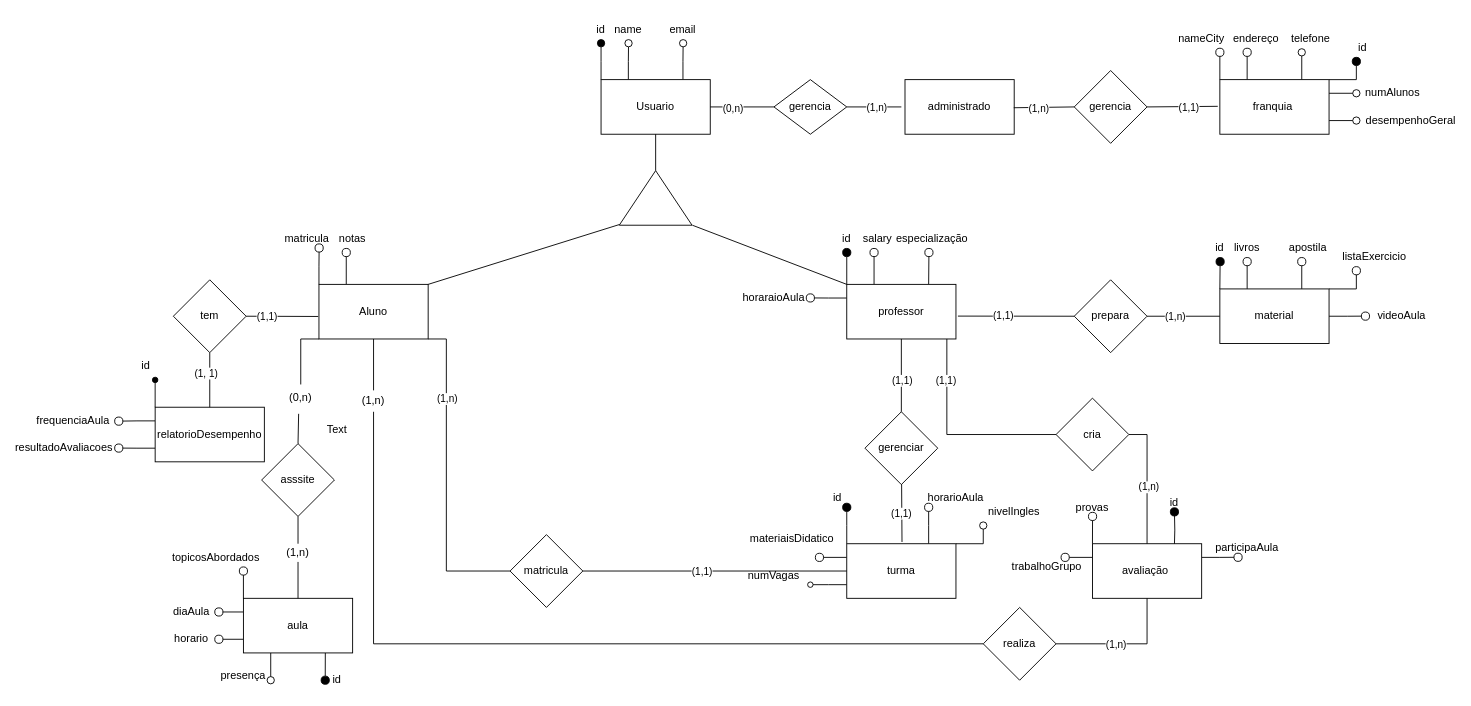
This is Diagrama-Banco-de-dados/DER.drawio from Wal221/ProjetoWeb2, a draw.io file, before an edit. Source tidied: cells renumbered, new cells numbered last; positions are measured from the earlier drawing's top-left corner, leaving out a move shared by most shapes. Both pictures are drawn from the tidied source at 91%, with x=0, y=0 at pixel (36, 15).
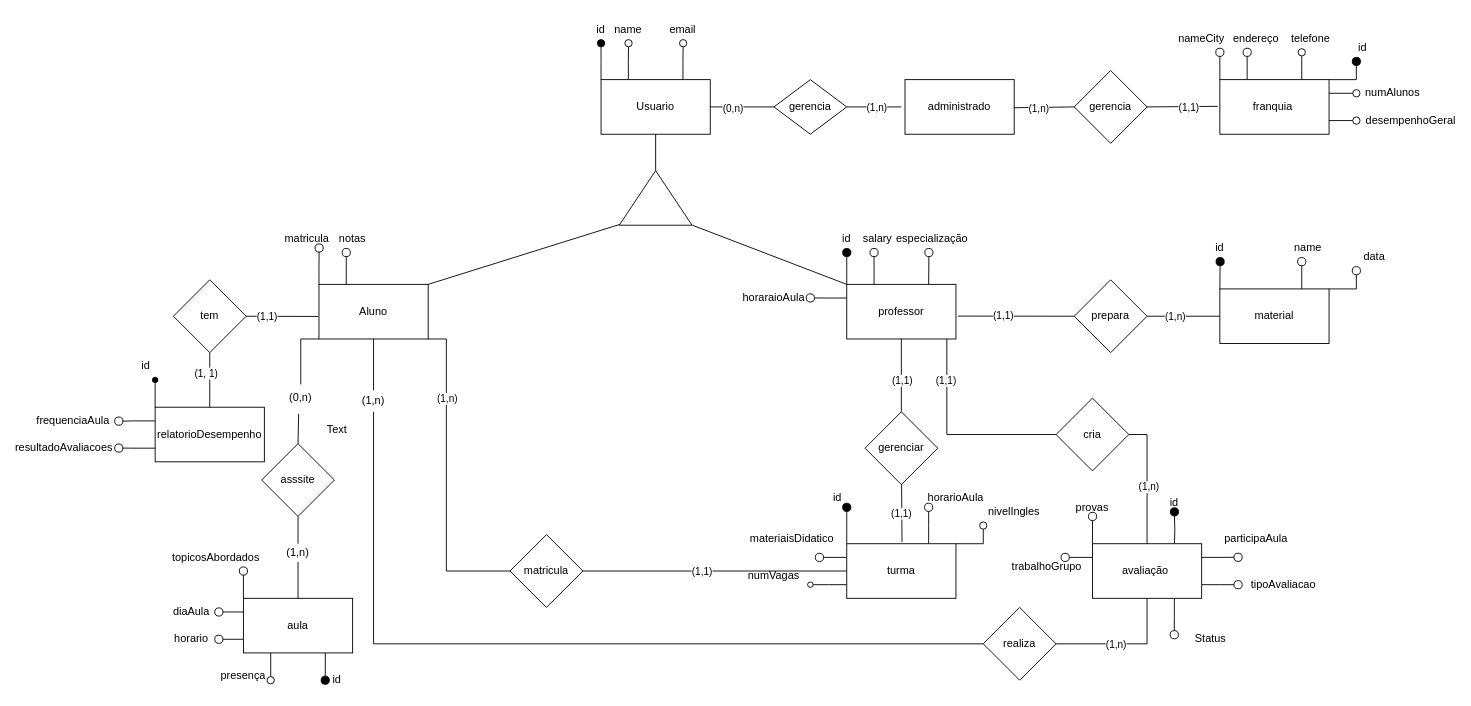
After the change.

Commit message:
alteração no DER

The change refers to these unchanged cells:
```xml
<mxCell id="43" value="avaliação&amp;nbsp;" style="rounded=0;whiteSpace=wrap;html=1;" parent="1" vertex="1">
  <mxGeometry x="1160" y="580" width="120" height="60" as="geometry" />
</mxCell>
<mxCell id="86" value="material" style="rounded=0;whiteSpace=wrap;html=1;" parent="1" vertex="1">
  <mxGeometry x="1300" y="300" width="120" height="60" as="geometry" />
</mxCell>
<mxCell id="125" value="id" style="text;html=1;align=center;verticalAlign=middle;whiteSpace=wrap;rounded=0;" parent="1" vertex="1">
  <mxGeometry x="1270" y="240" width="60" height="30" as="geometry" />
</mxCell>
```

What changed in the source:
```diff
@@
+    <mxCell id="139" style="edgeStyle=orthogonalEdgeStyle;rounded=0;jettySize=auto;html=1;exitX=0.75;exitY=1;exitDx=0;exitDy=0;endArrow=oval;endFill=0;strokeWidth=1;endSize=9;" parent="1" edge="1" source="43">
+      <mxGeometry relative="1" as="geometry">
+        <mxPoint x="1249.9" y="680" as="targetPoint" />
+      </mxGeometry>
+    </mxCell>
+    <mxCell id="140" style="edgeStyle=orthogonalEdgeStyle;rounded=0;jettySize=auto;html=1;exitX=1;exitY=0.75;exitDx=0;exitDy=0;endArrow=oval;endFill=0;endSize=9;" parent="1" edge="1" source="43">
+      <mxGeometry relative="1" as="geometry">
+        <mxPoint x="1320" y="625" as="targetPoint" />
+      </mxGeometry>
+    </mxCell>
@@
-    <mxCell id="82" style="edgeStyle=orthogonalEdgeStyle;rounded=0;jettySize=auto;html=1;exitX=0.25;exitY=0;exitDx=0;exitDy=0;entryX=1;entryY=1;entryDx=0;entryDy=0;endArrow=oval;endFill=0;endSize=9;" parent="1" edge="1" source="86" target="125">
-      <mxGeometry relative="1" as="geometry" />
-    </mxCell>
@@
-    <mxCell id="85" style="edgeStyle=orthogonalEdgeStyle;rounded=0;jettySize=auto;html=1;exitX=1;exitY=0.5;exitDx=0;exitDy=0;endArrow=oval;endFill=0;endSize=9;" parent="1" edge="1" source="86">
-      <mxGeometry relative="1" as="geometry">
-        <mxPoint x="1460" y="329.9" as="targetPoint" />
-      </mxGeometry>
-    </mxCell>
@@
-    <mxCell id="126" value="livros" style="text;html=1;align=center;verticalAlign=middle;whiteSpace=wrap;rounded=0;" parent="1" vertex="1">
-      <mxGeometry x="1300" y="240" width="60" height="30" as="geometry" />
-    </mxCell>
-    <mxCell id="127" value="apostila" style="text;html=1;align=center;verticalAlign=middle;whiteSpace=wrap;rounded=0;" parent="1" vertex="1">
+    <mxCell id="127" value="name" style="text;html=1;align=center;verticalAlign=middle;whiteSpace=wrap;rounded=0;" parent="1" vertex="1">
       <mxGeometry x="1367" y="240" width="60" height="30" as="geometry" />
     </mxCell>
-    <mxCell id="128" value="listaExercicio" style="text;html=1;align=center;verticalAlign=middle;whiteSpace=wrap;rounded=0;" parent="1" vertex="1">
+    <mxCell id="128" value="data" style="text;html=1;align=center;verticalAlign=middle;whiteSpace=wrap;rounded=0;" parent="1" vertex="1">
       <mxGeometry x="1440" y="250" width="60" height="30" as="geometry" />
     </mxCell>
-    <mxCell id="129" value="videoAula" style="text;html=1;align=center;verticalAlign=middle;whiteSpace=wrap;rounded=0;" parent="1" vertex="1">
-      <mxGeometry x="1470" y="315" width="60" height="30" as="geometry" />
-    </mxCell>
@@
     <mxCell id="137" value="participaAula" style="text;html=1;align=center;verticalAlign=middle;whiteSpace=wrap;rounded=0;" parent="1" vertex="1">
-      <mxGeometry x="1300" y="570" width="60" height="30" as="geometry" />
+      <mxGeometry x="1310" y="560" width="60" height="30" as="geometry" />
     </mxCell>
@@
+    <mxCell id="141" value="Status" style="text;html=1;align=center;verticalAlign=middle;whiteSpace=wrap;rounded=0;" parent="1" vertex="1">
+      <mxGeometry x="1260" y="670" width="60" height="30" as="geometry" />
+    </mxCell>
+    <mxCell id="142" value="tipoAvaliacao" style="text;html=1;align=center;verticalAlign=middle;whiteSpace=wrap;rounded=0;" parent="1" vertex="1">
+      <mxGeometry x="1340" y="610" width="60" height="30" as="geometry" />
+    </mxCell>
```
